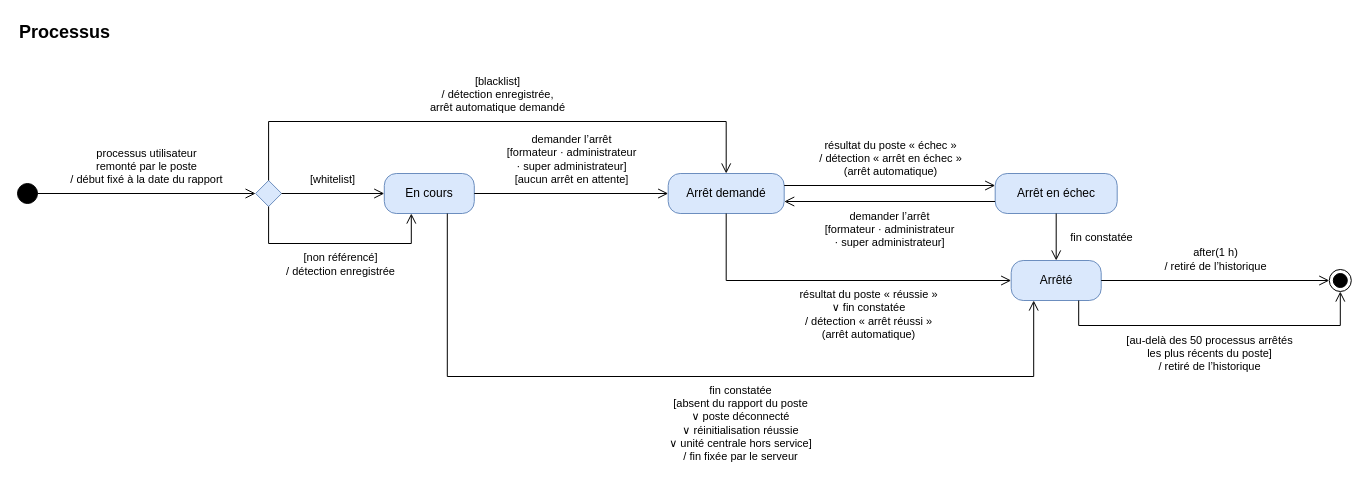
bpierrelouis/aster keeps this draw.io diagram as page "Processus" (4 of 4) of docs/02-ANALYSE/03-ANALYSE/01-DIAGRAMMES-ETATS.drawio. Above is the earlier version. Source tidied: cells renumbered, new cells numbered last; positions are measured from the earlier drawing's top-left corner, leaving out a move shared by most shapes. Both pictures are drawn from the tidied source at 100%, with x=0, y=0 at pixel (17, 17).
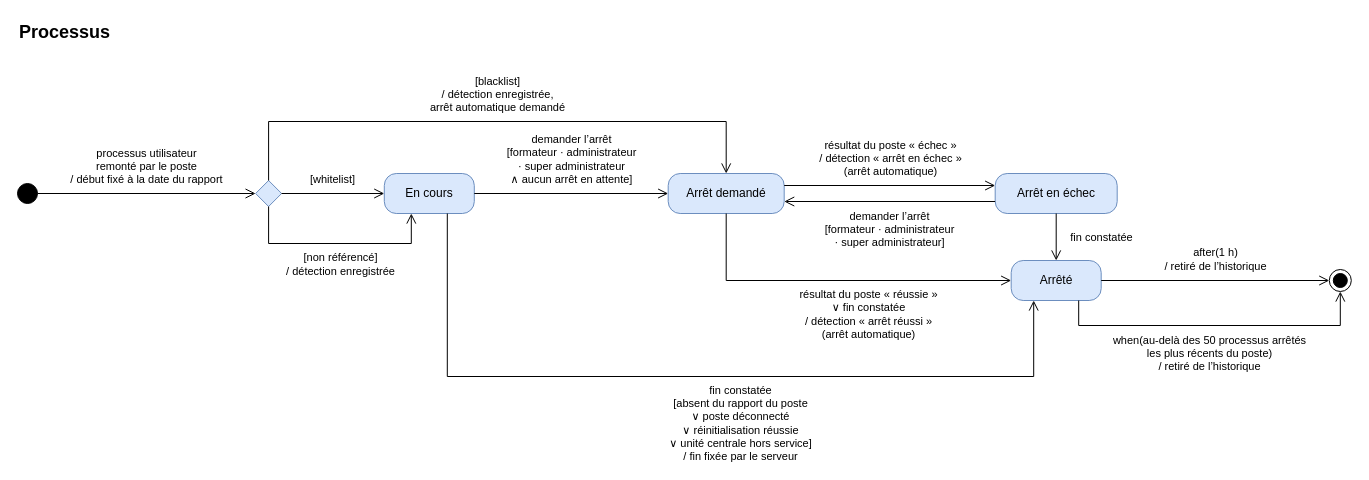
Above is the later version.

The change refers to these unchanged cells:
```xml
<mxCell id="5" value="En cours" style="rounded=1;arcSize=30;whiteSpace=wrap;html=1;fontSize=12;fillColor=#dae8fc;strokeColor=#6c8ebf;" parent="1" vertex="1">
  <mxGeometry x="366.8" y="156" width="90" height="40" as="geometry" />
</mxCell>
<mxCell id="6" value="Arrêt demandé" style="rounded=1;arcSize=30;whiteSpace=wrap;html=1;fontSize=12;fillColor=#dae8fc;strokeColor=#6c8ebf;" parent="1" vertex="1">
  <mxGeometry x="650.7" y="156" width="116" height="40" as="geometry" />
</mxCell>
<mxCell id="8" value="Arrêté" style="rounded=1;arcSize=30;whiteSpace=wrap;html=1;fontSize=12;fillColor=#dae8fc;strokeColor=#6c8ebf;" parent="1" vertex="1">
  <mxGeometry x="993.7" y="243" width="90" height="40" as="geometry" />
</mxCell>
<mxCell id="9" style="ellipse;html=1;shape=endState;fillColor=#000000;strokeColor=#000000;fontSize=11;" parent="1" vertex="1">
  <mxGeometry x="1311.8" y="252" width="22" height="22" as="geometry" />
</mxCell>
```

What changed in the source:
```diff
@@
-    <mxCell id="14" value="demander l’arrêt&lt;br&gt;[formateur · administrateur&lt;br&gt;· super administrateur]&lt;br&gt;[aucun arrêt en attente]" style="edgeStyle=orthogonalEdgeStyle;endArrow=open;endSize=8;html=1;rounded=0;fontSize=11;labelBackgroundColor=#ffffff;jumpStyle=arc;jumpSize=10;exitX=1;exitY=0.5;exitDx=0;exitDy=0;entryX=0;entryY=0.5;entryDx=0;entryDy=0;" parent="1" edge="1" source="5" target="6">
+    <mxCell id="14" value="demander l’arrêt&lt;br&gt;[formateur · administrateur&lt;br&gt;· super administrateur&lt;br&gt;∧ aucun arrêt en attente]" style="edgeStyle=orthogonalEdgeStyle;endArrow=open;endSize=8;html=1;rounded=0;fontSize=11;labelBackgroundColor=#ffffff;jumpStyle=arc;jumpSize=10;exitX=1;exitY=0.5;exitDx=0;exitDy=0;entryX=0;entryY=0.5;entryDx=0;entryDy=0;" parent="1" edge="1" source="5" target="6">
       <mxGeometry relative="1" as="geometry">
         <mxPoint y="-34" as="offset" />
       </mxGeometry>
     </mxCell>
@@
-    <mxCell id="21" value="[au-delà des 50 processus arrêtés&lt;br&gt;les plus récents du poste]&lt;br&gt;/ retiré de l’historique" style="edgeStyle=orthogonalEdgeStyle;endArrow=open;endSize=8;html=1;rounded=0;fontSize=11;labelBackgroundColor=#ffffff;jumpStyle=arc;jumpSize=10;exitX=0.75;exitY=1;exitDx=0;exitDy=0;entryX=0.5;entryY=1;entryDx=0;entryDy=0;" parent="1" edge="1" source="8" target="9">
+    <mxCell id="21" value="when(au-delà des 50 processus arrêtés&lt;br&gt;les plus récents du poste)&lt;br&gt;/ retiré de l’historique" style="edgeStyle=orthogonalEdgeStyle;endArrow=open;endSize=8;html=1;rounded=0;fontSize=11;labelBackgroundColor=#ffffff;jumpStyle=arc;jumpSize=10;exitX=0.75;exitY=1;exitDx=0;exitDy=0;entryX=0.5;entryY=1;entryDx=0;entryDy=0;" parent="1" edge="1" source="8" target="9">
       <mxGeometry relative="1" as="geometry">
         <Array as="points">
           <mxPoint x="1061.2" y="308" />
           <mxPoint x="1322.8" y="308" />
         </Array>
         <mxPoint x="-4.5" y="27.5" as="offset" />
       </mxGeometry>
     </mxCell>
```
